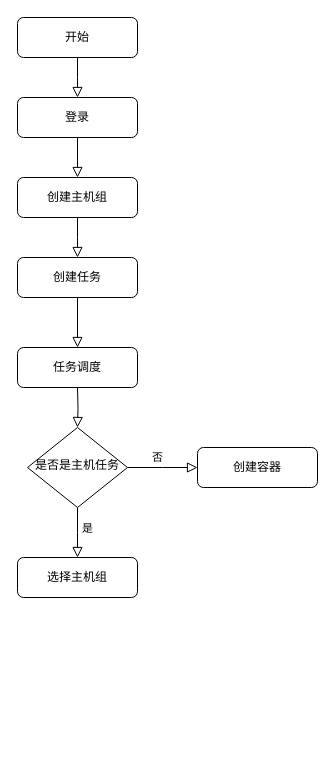
The draw.io diagram 系统流程图.drawio in tianshengdiwangK/common, before the edit. Source tidied: cells renumbered, new cells numbered last; positions are measured from the earlier drawing's top-left corner, leaving out a move shared by most shapes. Both pictures are drawn from the tidied source at 100%, with x=0, y=0 at pixel (17, 17).
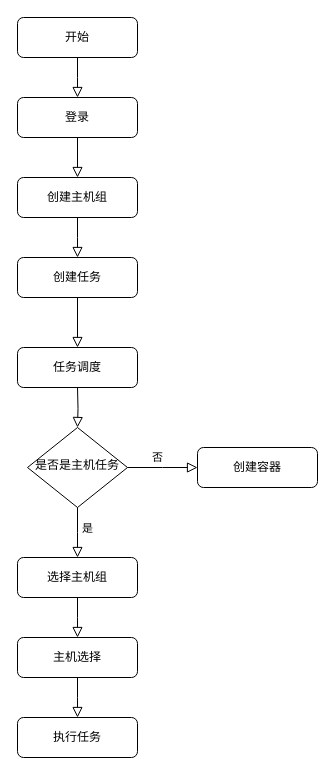
After the change.

Commit message (it also covers changes not shown here):
更新系统流程图.drawio

Unchanged cells that the change refers to:
```xml
<mxCell id="16" value="选择主机组" style="rounded=1;whiteSpace=wrap;html=1;fontSize=12;glass=0;strokeWidth=1;shadow=0;" parent="1" vertex="1">
  <mxGeometry y="540" width="120" height="40" as="geometry" />
</mxCell>
```

Change to the diagram source:
```diff
@@
+    <mxCell id="17" style="rounded=0;html=1;jettySize=auto;fontSize=11;endArrow=block;endFill=0;endSize=8;strokeWidth=1;shadow=0;labelBackgroundColor=none;edgeStyle=orthogonalEdgeStyle;exitX=0.5;exitY=1;exitDx=0;exitDy=0;" parent="1" edge="1" source="16">
+      <mxGeometry x="-0.15" y="10" relative="1" as="geometry">
+        <mxPoint x="60" y="620" as="targetPoint" />
+      </mxGeometry>
+    </mxCell>
+    <mxCell id="18" value="主机选择" style="rounded=1;whiteSpace=wrap;html=1;fontSize=12;glass=0;strokeWidth=1;shadow=0;" parent="1" vertex="1">
+      <mxGeometry y="620" width="120" height="40" as="geometry" />
+    </mxCell>
+    <mxCell id="19" style="rounded=0;html=1;jettySize=auto;fontSize=11;endArrow=block;endFill=0;endSize=8;strokeWidth=1;shadow=0;labelBackgroundColor=none;edgeStyle=orthogonalEdgeStyle;exitX=0.5;exitY=1;exitDx=0;exitDy=0;" parent="1" edge="1" source="18">
+      <mxGeometry x="-0.15" y="10" relative="1" as="geometry">
+        <mxPoint x="60" y="700" as="targetPoint" />
+      </mxGeometry>
+    </mxCell>
+    <mxCell id="20" value="执行任务" style="rounded=1;whiteSpace=wrap;html=1;fontSize=12;glass=0;strokeWidth=1;shadow=0;" parent="1" vertex="1">
+      <mxGeometry y="700" width="120" height="40" as="geometry" />
+    </mxCell>
```
